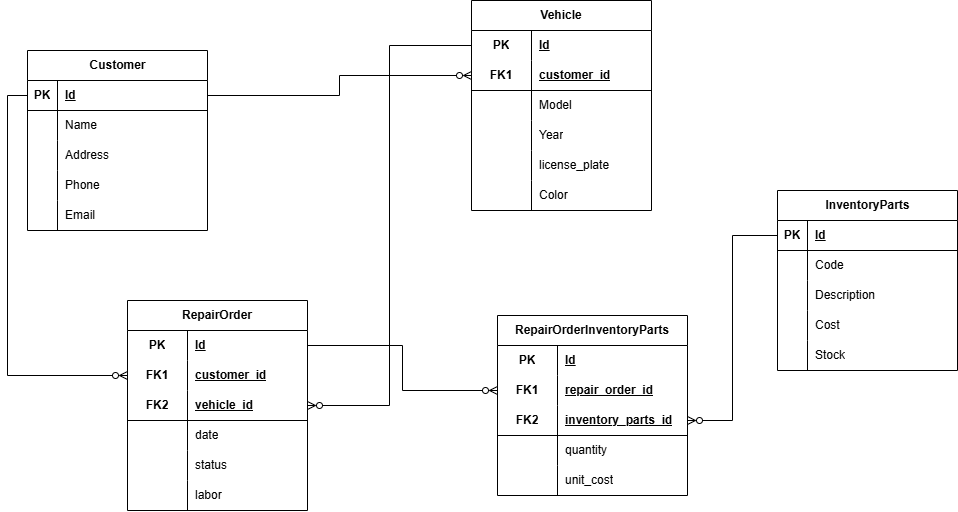
This is documentation/DER.png from KattyGZC/autoparts-pro, a draw.io export, as it was before one commit. Source tidied: cells renumbered, new cells last; positions are measured from the earlier drawing's top-left corner, leaving out a move shared by most shapes.
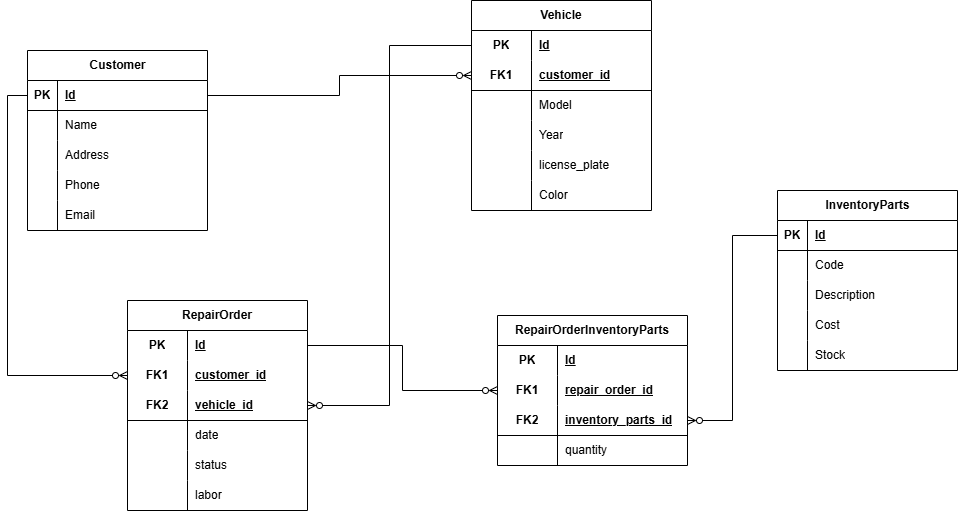
The same file after the commit.

Change to the diagram source:
```diff
@@ -213,7 +213,7 @@
       <mxGeometry x="60" width="120" height="30" as="geometry" />
     </mxCell>
     <mxCell id="72" value="RepairOrderInventoryParts" style="shape=table;startSize=30;rowLines=0;fontStyle=1;align=center;html=1;whiteSpace=wrap;" parent="1" vertex="1">
-      <mxGeometry x="470" y="315" width="190" height="180" as="geometry" />
+      <mxGeometry x="470" y="315" width="190" height="150" as="geometry" />
     </mxCell>
     <mxCell id="73" style="shape=tableRow;horizontal=0;startSize=0;swimlaneHead=0;swimlaneBody=0;fillColor=none;top=0;left=0;right=0;bottom=0;html=1;" parent="72" vertex="1">
       <mxGeometry y="30" width="190" height="30" as="geometry" />
@@ -251,15 +251,6 @@
     <mxCell id="84" value="quantity" style="shape=partialRectangle;fillColor=none;top=0;left=0;bottom=0;right=0;align=left;spacingLeft=6;overflow=hidden;html=1;whiteSpace=wrap;" parent="82" vertex="1">
       <mxGeometry x="60" width="130" height="30" as="geometry" />
     </mxCell>
-    <mxCell id="85" style="shape=tableRow;horizontal=0;startSize=0;swimlaneHead=0;swimlaneBody=0;fillColor=none;top=0;left=0;right=0;bottom=0;html=1;" parent="72" vertex="1">
-      <mxGeometry y="150" width="190" height="30" as="geometry" />
-    </mxCell>
-    <mxCell id="86" style="shape=partialRectangle;fillColor=none;top=0;left=0;bottom=0;right=0;overflow=hidden;html=1;whiteSpace=wrap;" parent="85" vertex="1">
-      <mxGeometry width="60" height="30" as="geometry" />
-    </mxCell>
-    <mxCell id="87" value="unit_cost" style="shape=partialRectangle;fillColor=none;top=0;left=0;bottom=0;right=0;align=left;spacingLeft=6;overflow=hidden;html=1;whiteSpace=wrap;" parent="85" vertex="1">
-      <mxGeometry x="60" width="130" height="30" as="geometry" />
-    </mxCell>
     <mxCell id="88" style="edgeStyle=orthogonalEdgeStyle;rounded=0;jettySize=auto;html=1;exitX=1;exitY=0.5;exitDx=0;exitDy=0;entryX=0;entryY=0.5;entryDx=0;entryDy=0;endArrow=ERzeroToMany;endFill=0;strokeColor=default;" parent="1" edge="1" source="3" target="22">
       <mxGeometry relative="1" as="geometry" />
     </mxCell>
```
